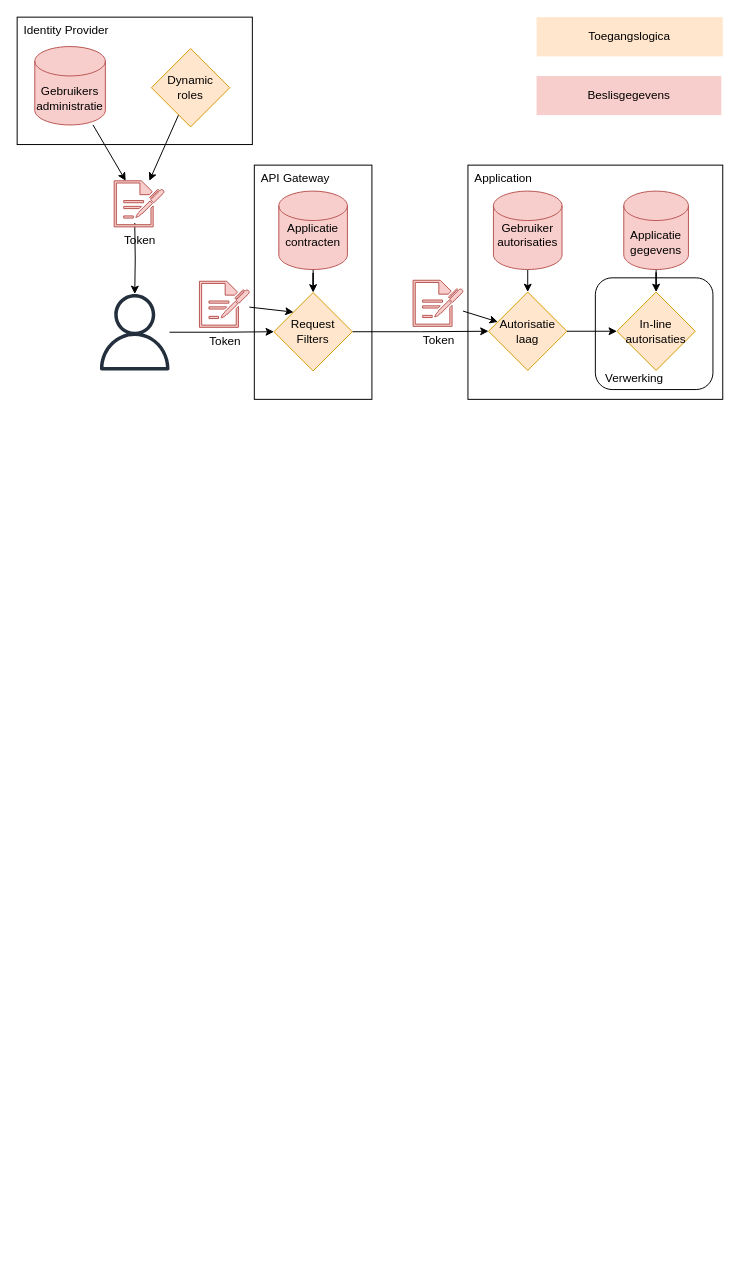
Earlier version of the draw.io diagram page "Page-1" (1 of 3) of Architectuur.drawio (VNG-Realisatie/ftv). Source tidied: cells renumbered, new cells numbered last; positions are measured from the earlier drawing's top-left corner, leaving out a move shared by most shapes. Both pictures are drawn from the tidied source at 98%, with x=0, y=0 at pixel (17, 17).
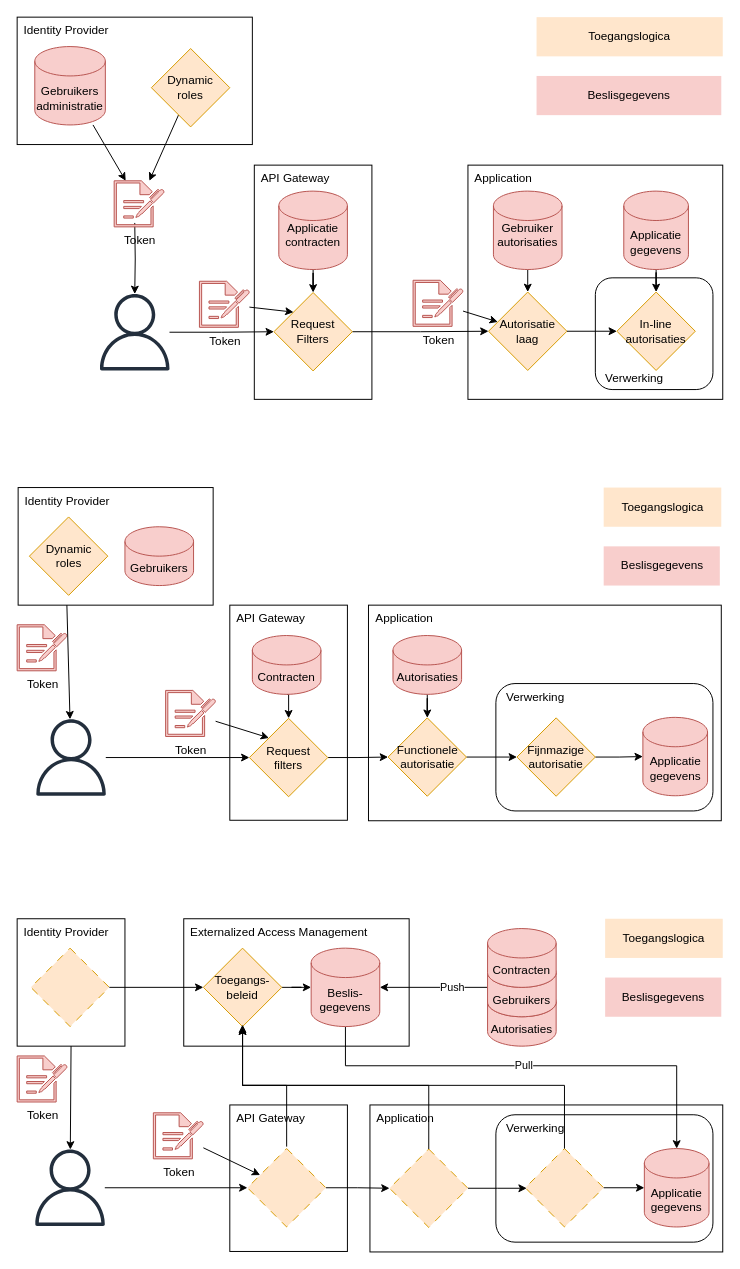
The same page after the edit.

Commit message:
Improved drawings

The edit, as a diff of the source:
```diff
@@
+    <mxCell id="32" value="API Gateway" style="rounded=0;whiteSpace=wrap;html=1;align=left;verticalAlign=top;spacingLeft=5;fillColor=none;" parent="1" vertex="1">
+      <mxGeometry x="217" y="1110" width="120" height="149.5" as="geometry" />
+    </mxCell>
+    <mxCell id="33" value="Application" style="rounded=0;whiteSpace=wrap;html=1;align=left;verticalAlign=top;spacingLeft=5;spacingTop=0;fillColor=none;" parent="1" vertex="1">
+      <mxGeometry x="360" y="1110" width="360" height="150" as="geometry" />
+    </mxCell>
+    <mxCell id="34" value="&amp;nbsp;Verwerking" style="rounded=1;whiteSpace=wrap;html=1;align=left;verticalAlign=top;fillColor=none;spacingLeft=5;spacingBottom=2;" parent="1" vertex="1">
+      <mxGeometry x="488.5" y="1120" width="221.5" height="130" as="geometry" />
+    </mxCell>
+    <mxCell id="35" style="rhombus;whiteSpace=wrap;html=1;fillColor=#ffe6cc;strokeColor=#d79b00;dashed=1;dashPattern=8 8;" parent="1" vertex="1">
+      <mxGeometry x="518.5" y="1154.5" width="80" height="80" as="geometry" />
+    </mxCell>
+    <mxCell id="36" value="Application" style="rounded=0;whiteSpace=wrap;html=1;align=left;verticalAlign=top;spacingLeft=5;spacingTop=0;fillColor=none;" parent="1" vertex="1">
+      <mxGeometry x="358.5" y="600" width="360" height="220" as="geometry" />
+    </mxCell>
+    <mxCell id="37" value="&amp;nbsp;Verwerking" style="rounded=1;whiteSpace=wrap;html=1;align=left;verticalAlign=top;fillColor=none;spacingLeft=5;spacingBottom=2;" parent="1" vertex="1">
+      <mxGeometry x="488.5" y="680" width="221.5" height="130" as="geometry" />
+    </mxCell>
+    <mxCell id="38" value="Identity&amp;nbsp;&lt;span style=&quot;background-color: transparent; color: light-dark(rgb(0, 0, 0), rgb(255, 255, 255));&quot;&gt;Provider&lt;/span&gt;" style="rounded=0;whiteSpace=wrap;html=1;align=left;verticalAlign=top;spacingLeft=5;fillColor=none;" parent="1" vertex="1">
+      <mxGeometry x="1" y="480" width="199" height="120" as="geometry" />
+    </mxCell>
@@
-    <mxCell id="3" value="Identity&amp;nbsp;&lt;span style=&quot;background-color: transparent; color: light-dark(rgb(0, 0, 0), rgb(255, 255, 255));&quot;&gt;Provider&lt;/span&gt;" style="rounded=0;whiteSpace=wrap;html=1;align=left;verticalAlign=top;spacingLeft=5;" parent="1" vertex="1">
+    <mxCell id="3" value="Identity&amp;nbsp;&lt;span style=&quot;background-color: transparent; color: light-dark(rgb(0, 0, 0), rgb(255, 255, 255));&quot;&gt;Provider&lt;/span&gt;" style="rounded=0;whiteSpace=wrap;html=1;align=left;verticalAlign=top;spacingLeft=5;fillColor=none;" parent="1" vertex="1">
       <mxGeometry width="240" height="130" as="geometry" />
     </mxCell>
-    <mxCell id="4" value="API Gateway" style="rounded=0;whiteSpace=wrap;html=1;align=left;verticalAlign=top;spacingLeft=5;" parent="1" vertex="1">
+    <mxCell id="4" value="API Gateway" style="rounded=0;whiteSpace=wrap;html=1;align=left;verticalAlign=top;spacingLeft=5;fillColor=none;" parent="1" vertex="1">
       <mxGeometry x="242" y="151" width="120" height="239" as="geometry" />
     </mxCell>
-    <mxCell id="5" value="Application" style="rounded=0;whiteSpace=wrap;html=1;align=left;verticalAlign=top;spacingLeft=5;spacingTop=0;" parent="1" vertex="1">
+    <mxCell id="5" value="Application" style="rounded=0;whiteSpace=wrap;html=1;align=left;verticalAlign=top;spacingLeft=5;spacingTop=0;fillColor=none;" parent="1" vertex="1">
       <mxGeometry x="460" y="151" width="260" height="239" as="geometry" />
     </mxCell>
@@
+    <mxCell id="39" style="edgeStyle=orthogonalEdgeStyle;rounded=0;jettySize=auto;html=1;exitX=0.5;exitY=1;exitDx=0;exitDy=0;exitPerimeter=0;" parent="1" edge="1" source="40" target="57">
+      <mxGeometry relative="1" as="geometry" />
+    </mxCell>
+    <mxCell id="40" value="Autorisaties" style="shape=cylinder3;whiteSpace=wrap;html=1;boundedLbl=1;backgroundOutline=1;size=15;fillColor=#f8cecc;strokeColor=#b85450;" parent="1" vertex="1">
+      <mxGeometry x="383.5" y="631" width="70" height="60" as="geometry" />
+    </mxCell>
+    <mxCell id="41" value="Gebruikers" style="shape=cylinder3;whiteSpace=wrap;html=1;boundedLbl=1;backgroundOutline=1;size=15;fillColor=#f8cecc;strokeColor=#b85450;" parent="1" vertex="1">
+      <mxGeometry x="110" y="520" width="70" height="60" as="geometry" />
+    </mxCell>
+    <mxCell id="42" style="edgeStyle=orthogonalEdgeStyle;rounded=0;jettySize=auto;html=1;" parent="1" edge="1" source="45" target="57">
+      <mxGeometry relative="1" as="geometry" />
+    </mxCell>
+    <mxCell id="43" value="API Gateway" style="rounded=0;whiteSpace=wrap;html=1;align=left;verticalAlign=top;spacingLeft=5;fillColor=none;" parent="1" vertex="1">
+      <mxGeometry x="217" y="600" width="120" height="219.5" as="geometry" />
+    </mxCell>
+    <mxCell id="44" style="edgeStyle=orthogonalEdgeStyle;rounded=0;jettySize=auto;html=1;entryX=0;entryY=0.5;entryDx=0;entryDy=0;" parent="1" edge="1" source="53" target="45">
+      <mxGeometry relative="1" as="geometry" />
+    </mxCell>
+    <mxCell id="45" value="Request&lt;br&gt;filters" style="rhombus;whiteSpace=wrap;html=1;fillColor=#ffe6cc;strokeColor=#d79b00;" parent="1" vertex="1">
+      <mxGeometry x="237" y="715.5" width="80" height="80" as="geometry" />
+    </mxCell>
+    <mxCell id="46" value="&lt;div&gt;Applicatie&lt;/div&gt;&lt;div&gt;gegevens&lt;/div&gt;" style="shape=cylinder3;whiteSpace=wrap;html=1;boundedLbl=1;backgroundOutline=1;size=15;fillColor=#f8cecc;strokeColor=#b85450;" parent="1" vertex="1">
+      <mxGeometry x="638.5" y="714.5" width="66" height="80" as="geometry" />
+    </mxCell>
+    <mxCell id="47" value="Token" style="sketch=0;shadow=0;dashed=0;html=1;strokeColor=#b85450;fillColor=#f8cecc;labelPosition=center;verticalLabelPosition=bottom;verticalAlign=top;align=center;shape=mxgraph.office.concepts.sign_up;" parent="1" vertex="1">
+      <mxGeometry y="620" width="51" height="47" as="geometry" />
+    </mxCell>
+    <mxCell id="48" style="rounded=0;jettySize=auto;html=1;entryX=0;entryY=0;entryDx=0;entryDy=0;" parent="1" edge="1" source="49" target="45">
+      <mxGeometry relative="1" as="geometry" />
+    </mxCell>
+    <mxCell id="49" value="Token" style="sketch=0;shadow=0;dashed=0;html=1;strokeColor=#b85450;fillColor=#f8cecc;labelPosition=center;verticalLabelPosition=bottom;verticalAlign=top;outlineConnect=0;align=center;shape=mxgraph.office.concepts.sign_up;" parent="1" vertex="1">
+      <mxGeometry x="151.5" y="687" width="51" height="47" as="geometry" />
+    </mxCell>
+    <mxCell id="50" style="rounded=0;jettySize=auto;html=1;exitX=0.25;exitY=1;exitDx=0;exitDy=0;" parent="1" edge="1" source="38" target="53">
+      <mxGeometry relative="1" as="geometry" />
+    </mxCell>
+    <mxCell id="51" style="edgeStyle=orthogonalEdgeStyle;rounded=0;jettySize=auto;html=1;exitX=0.5;exitY=1;exitDx=0;exitDy=0;exitPerimeter=0;entryX=0.5;entryY=0;entryDx=0;entryDy=0;" parent="1" edge="1" source="52" target="45">
+      <mxGeometry relative="1" as="geometry" />
+    </mxCell>
+    <mxCell id="52" value="Contracten" style="shape=cylinder3;whiteSpace=wrap;html=1;boundedLbl=1;backgroundOutline=1;size=15;fillColor=#f8cecc;strokeColor=#b85450;" parent="1" vertex="1">
+      <mxGeometry x="240" y="631" width="70" height="60" as="geometry" />
+    </mxCell>
+    <mxCell id="53" style="sketch=0;outlineConnect=0;fontColor=#232F3E;gradientColor=none;fillColor=#232F3D;strokeColor=none;dashed=0;verticalLabelPosition=bottom;verticalAlign=top;align=center;html=1;fontSize=12;fontStyle=0;shape=mxgraph.aws4.user;" parent="1" vertex="1">
+      <mxGeometry x="16" y="716.5" width="78" height="78" as="geometry" />
+    </mxCell>
+    <mxCell id="54" value="Toegangslogica" style="rounded=0;whiteSpace=wrap;html=1;fillColor=#ffe6cc;strokeColor=none;" parent="1" vertex="1">
+      <mxGeometry x="598.5" y="480" width="120" height="40" as="geometry" />
+    </mxCell>
+    <mxCell id="55" value="Beslisgegevens" style="rounded=0;whiteSpace=wrap;html=1;fillColor=#f8cecc;strokeColor=none;" parent="1" vertex="1">
+      <mxGeometry x="598.5" y="540" width="118.5" height="40" as="geometry" />
+    </mxCell>
+    <mxCell id="56" style="edgeStyle=orthogonalEdgeStyle;rounded=0;jettySize=auto;html=1;exitX=1;exitY=0.5;exitDx=0;exitDy=0;" parent="1" edge="1" source="57" target="88">
+      <mxGeometry relative="1" as="geometry" />
+    </mxCell>
+    <mxCell id="57" value="Functionele autorisatie" style="rhombus;whiteSpace=wrap;html=1;fillColor=#ffe6cc;strokeColor=#d79b00;" parent="1" vertex="1">
+      <mxGeometry x="378.5" y="715" width="80" height="80" as="geometry" />
+    </mxCell>
+    <mxCell id="58" value="Dynamic&lt;br&gt;roles" style="rhombus;whiteSpace=wrap;html=1;fillColor=#ffe6cc;strokeColor=#d79b00;" parent="1" vertex="1">
+      <mxGeometry x="12.5" y="510" width="80" height="80" as="geometry" />
+    </mxCell>
+    <mxCell id="59" value="Autorisaties" style="shape=cylinder3;whiteSpace=wrap;html=1;boundedLbl=1;backgroundOutline=1;size=15;fillColor=#f8cecc;strokeColor=#b85450;" parent="1" vertex="1">
+      <mxGeometry x="480" y="990" width="70" height="60" as="geometry" />
+    </mxCell>
+    <mxCell id="60" style="edgeStyle=orthogonalEdgeStyle;rounded=0;jettySize=auto;html=1;" parent="1" edge="1" source="62" target="86">
+      <mxGeometry relative="1" as="geometry" />
+    </mxCell>
+    <mxCell id="61" value="Push" style="edgeLabel;html=1;align=center;verticalAlign=middle;" parent="60" vertex="1">
+      <mxGeometry x="-0.23" y="2" relative="1" as="geometry">
+        <mxPoint x="5" y="-3" as="offset" />
+      </mxGeometry>
+    </mxCell>
+    <mxCell id="62" value="Gebruikers" style="shape=cylinder3;whiteSpace=wrap;html=1;boundedLbl=1;backgroundOutline=1;size=15;fillColor=#f8cecc;strokeColor=#b85450;" parent="1" vertex="1">
+      <mxGeometry x="480" y="960" width="70" height="60" as="geometry" />
+    </mxCell>
+    <mxCell id="63" value="Identity&amp;nbsp;&lt;span style=&quot;background-color: transparent; color: light-dark(rgb(0, 0, 0), rgb(255, 255, 255));&quot;&gt;Provider&lt;/span&gt;" style="rounded=0;whiteSpace=wrap;html=1;align=left;verticalAlign=top;spacingLeft=5;fillColor=none;" parent="1" vertex="1">
+      <mxGeometry y="920" width="110" height="130" as="geometry" />
+    </mxCell>
+    <mxCell id="64" style="edgeStyle=orthogonalEdgeStyle;rounded=0;jettySize=auto;html=1;entryX=0;entryY=0.5;entryDx=0;entryDy=0;" parent="1" edge="1" source="73" target="66">
+      <mxGeometry relative="1" as="geometry" />
+    </mxCell>
+    <mxCell id="65" style="edgeStyle=orthogonalEdgeStyle;rounded=0;jettySize=auto;html=1;exitX=1;exitY=0.5;exitDx=0;exitDy=0;" parent="1" edge="1" source="66" target="80">
+      <mxGeometry relative="1" as="geometry" />
+    </mxCell>
+    <mxCell id="66" style="rhombus;whiteSpace=wrap;html=1;fillColor=#ffe6cc;strokeColor=#d79b00;dashed=1;dashPattern=8 8;" parent="1" vertex="1">
+      <mxGeometry x="235" y="1154.5" width="80" height="80" as="geometry" />
+    </mxCell>
+    <mxCell id="67" value="&lt;div&gt;Applicatie&lt;/div&gt;&lt;div&gt;gegevens&lt;/div&gt;" style="shape=cylinder3;whiteSpace=wrap;html=1;boundedLbl=1;backgroundOutline=1;size=15;fillColor=#f8cecc;strokeColor=#b85450;" parent="1" vertex="1">
+      <mxGeometry x="640" y="1154.5" width="66" height="80" as="geometry" />
+    </mxCell>
+    <mxCell id="68" value="Token" style="sketch=0;shadow=0;dashed=0;html=1;strokeColor=#b85450;fillColor=#f8cecc;labelPosition=center;verticalLabelPosition=bottom;verticalAlign=top;align=center;shape=mxgraph.office.concepts.sign_up;" parent="1" vertex="1">
+      <mxGeometry y="1060" width="51" height="47" as="geometry" />
+    </mxCell>
+    <mxCell id="69" style="rounded=0;jettySize=auto;html=1;" parent="1" edge="1" source="70" target="66">
+      <mxGeometry relative="1" as="geometry" />
+    </mxCell>
+    <mxCell id="70" value="Token" style="sketch=0;shadow=0;dashed=0;html=1;strokeColor=#b85450;fillColor=#f8cecc;labelPosition=center;verticalLabelPosition=bottom;verticalAlign=top;outlineConnect=0;align=center;shape=mxgraph.office.concepts.sign_up;" parent="1" vertex="1">
+      <mxGeometry x="139" y="1118" width="51" height="47" as="geometry" />
+    </mxCell>
+    <mxCell id="71" style="rounded=0;jettySize=auto;html=1;exitX=0.5;exitY=1;exitDx=0;exitDy=0;" parent="1" edge="1" source="63" target="73">
+      <mxGeometry relative="1" as="geometry" />
+    </mxCell>
+    <mxCell id="72" value="Contracten" style="shape=cylinder3;whiteSpace=wrap;html=1;boundedLbl=1;backgroundOutline=1;size=15;fillColor=#f8cecc;strokeColor=#b85450;" parent="1" vertex="1">
+      <mxGeometry x="480" y="930" width="70" height="60" as="geometry" />
+    </mxCell>
+    <mxCell id="73" style="sketch=0;outlineConnect=0;fontColor=#232F3E;gradientColor=none;fillColor=#232F3D;strokeColor=none;dashed=0;verticalLabelPosition=bottom;verticalAlign=top;align=center;html=1;fontSize=12;fontStyle=0;shape=mxgraph.aws4.user;" parent="1" vertex="1">
+      <mxGeometry x="15" y="1155.5" width="78" height="78" as="geometry" />
+    </mxCell>
+    <mxCell id="74" value="Toegangslogica" style="rounded=0;whiteSpace=wrap;html=1;fillColor=#ffe6cc;strokeColor=none;" parent="1" vertex="1">
+      <mxGeometry x="600" y="920" width="120" height="40" as="geometry" />
+    </mxCell>
+    <mxCell id="75" value="Beslisgegevens" style="rounded=0;whiteSpace=wrap;html=1;fillColor=#f8cecc;strokeColor=none;" parent="1" vertex="1">
+      <mxGeometry x="600" y="980" width="118.5" height="40" as="geometry" />
+    </mxCell>
+    <mxCell id="76" style="edgeStyle=orthogonalEdgeStyle;rounded=0;jettySize=auto;html=1;exitX=0.5;exitY=1;exitDx=0;exitDy=0;exitPerimeter=0;" parent="1" edge="1" source="86" target="67">
+      <mxGeometry relative="1" as="geometry">
+        <Array as="points">
+          <mxPoint x="335" y="1070" />
+          <mxPoint x="673" y="1070" />
+        </Array>
+      </mxGeometry>
+    </mxCell>
+    <mxCell id="77" value="Pull" style="edgeLabel;html=1;align=center;verticalAlign=middle;" parent="76" vertex="1">
+      <mxGeometry x="-0.47" y="1" relative="1" as="geometry">
+        <mxPoint x="98" as="offset" />
+      </mxGeometry>
+    </mxCell>
+    <mxCell id="78" value="Externalized Access Management" style="rounded=0;whiteSpace=wrap;html=1;align=left;verticalAlign=top;spacingLeft=5;spacingTop=0;fillColor=none;" parent="1" vertex="1">
+      <mxGeometry x="170" y="920" width="230" height="130" as="geometry" />
+    </mxCell>
+    <mxCell id="79" style="edgeStyle=orthogonalEdgeStyle;rounded=0;jettySize=auto;html=1;exitX=1;exitY=0.5;exitDx=0;exitDy=0;" parent="1" edge="1" source="80">
+      <mxGeometry relative="1" as="geometry">
+        <mxPoint x="520" y="1195" as="targetPoint" />
+      </mxGeometry>
+    </mxCell>
+    <mxCell id="80" style="rhombus;whiteSpace=wrap;html=1;fillColor=#ffe6cc;strokeColor=#d79b00;dashed=1;dashPattern=8 8;" parent="1" vertex="1">
+      <mxGeometry x="380" y="1155" width="80" height="80" as="geometry" />
+    </mxCell>
+    <mxCell id="81" style="edgeStyle=orthogonalEdgeStyle;rounded=0;jettySize=auto;html=1;exitX=1;exitY=0.5;exitDx=0;exitDy=0;" parent="1" edge="1" source="82" target="86">
+      <mxGeometry relative="1" as="geometry" />
+    </mxCell>
+    <mxCell id="82" value="Toegangs-beleid" style="rhombus;whiteSpace=wrap;html=1;fillColor=#ffe6cc;strokeColor=#d79b00;" parent="1" vertex="1">
+      <mxGeometry x="190" y="950" width="80" height="80" as="geometry" />
+    </mxCell>
+    <mxCell id="83" style="edgeStyle=orthogonalEdgeStyle;rounded=0;jettySize=auto;html=1;" parent="1" edge="1" source="84" target="82">
+      <mxGeometry relative="1" as="geometry" />
+    </mxCell>
+    <mxCell id="84" style="rhombus;whiteSpace=wrap;html=1;fillColor=#ffe6cc;strokeColor=#d79b00;dashed=1;dashPattern=8 8;" parent="1" vertex="1">
+      <mxGeometry x="14" y="950" width="80" height="80" as="geometry" />
+    </mxCell>
+    <mxCell id="85" style="rounded=0;jettySize=auto;html=1;edgeStyle=elbowEdgeStyle;elbow=vertical;" parent="1" edge="1" source="80" target="82">
+      <mxGeometry relative="1" as="geometry">
+        <Array as="points">
+          <mxPoint x="320" y="1090" />
+        </Array>
+      </mxGeometry>
+    </mxCell>
+    <mxCell id="86" value="&lt;div&gt;Beslis-&lt;/div&gt;&lt;div&gt;gegevens&lt;/div&gt;" style="shape=cylinder3;whiteSpace=wrap;html=1;boundedLbl=1;backgroundOutline=1;size=15;fillColor=#f8cecc;strokeColor=#b85450;" parent="1" vertex="1">
+      <mxGeometry x="300" y="950" width="70" height="80" as="geometry" />
+    </mxCell>
+    <mxCell id="87" style="edgeStyle=orthogonalEdgeStyle;rounded=0;jettySize=auto;html=1;exitX=1;exitY=0.5;exitDx=0;exitDy=0;" parent="1" edge="1" source="88" target="46">
+      <mxGeometry relative="1" as="geometry" />
+    </mxCell>
+    <mxCell id="88" value="Fijnmazige autorisatie" style="rhombus;whiteSpace=wrap;html=1;fillColor=#ffe6cc;strokeColor=#d79b00;" parent="1" vertex="1">
+      <mxGeometry x="510" y="715" width="80" height="80" as="geometry" />
+    </mxCell>
+    <mxCell id="89" style="rounded=0;jettySize=auto;html=1;edgeStyle=elbowEdgeStyle;elbow=vertical;" parent="1" edge="1" source="35" target="82">
+      <mxGeometry relative="1" as="geometry">
+        <Array as="points">
+          <mxPoint x="390" y="1090" />
+        </Array>
+      </mxGeometry>
+    </mxCell>
+    <mxCell id="90" style="edgeStyle=orthogonalEdgeStyle;rounded=0;jettySize=auto;html=1;" parent="1" edge="1" source="35" target="67">
+      <mxGeometry relative="1" as="geometry" />
+    </mxCell>
+    <mxCell id="91" style="rounded=0;orthogonalLoop=1;jettySize=auto;html=1;edgeStyle=elbowEdgeStyle;elbow=vertical;" parent="1" edge="1">
+      <mxGeometry relative="1" as="geometry">
+        <mxPoint x="275" y="1152.5" as="sourcePoint" />
+        <mxPoint x="230" y="1028" as="targetPoint" />
+        <Array as="points">
+          <mxPoint x="230" y="1090" />
+        </Array>
+      </mxGeometry>
+    </mxCell>
```
